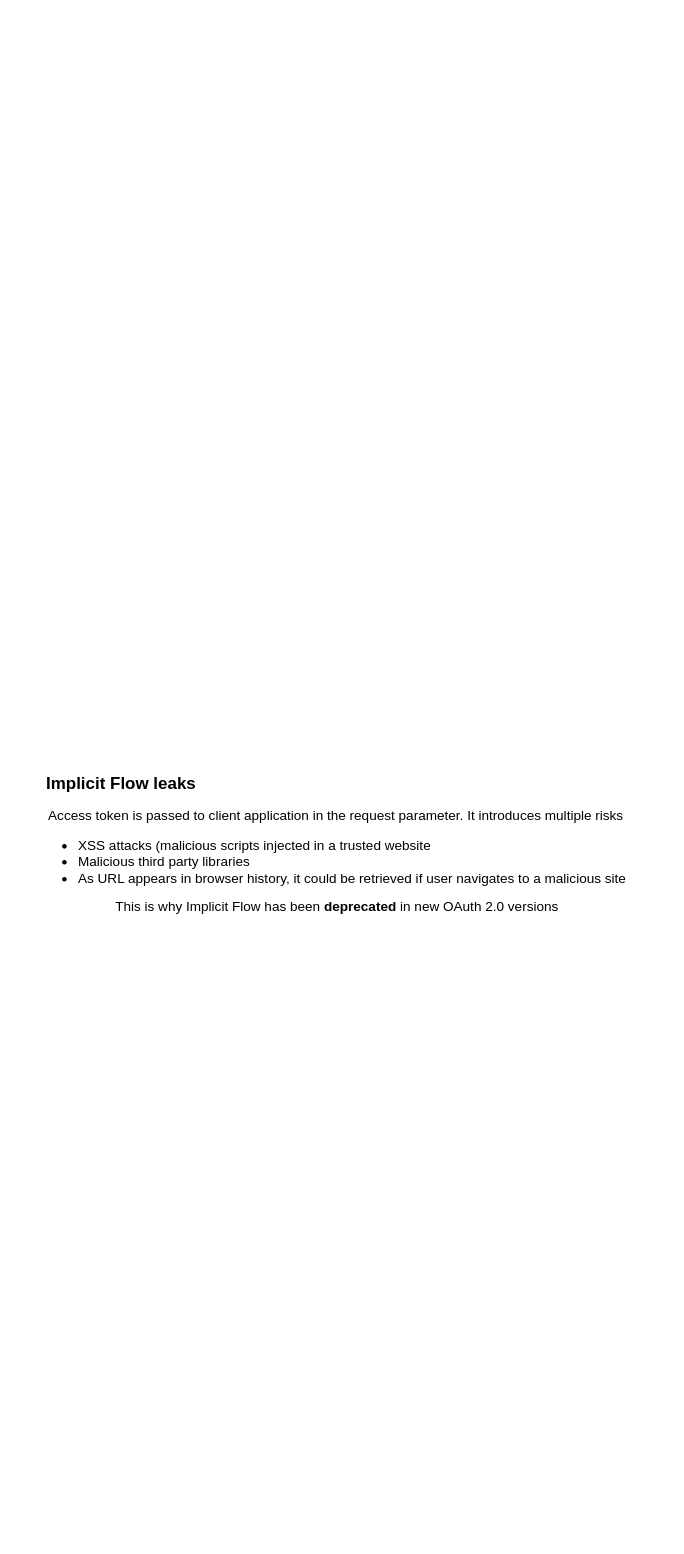
mcharouk/aws keeps this draw.io diagram as page "Module 12 : Access" (3 of 3) of DevelopingOnAWS/DevelopingOnAWS.drawio. Above is the earlier version. Source tidied: cells renumbered, new cells numbered last; positions are measured from the earlier drawing's top-left corner, leaving out a move shared by most shapes. Both pictures are drawn from the tidied source at 113%, with x=0, y=0 at pixel (19, 765).
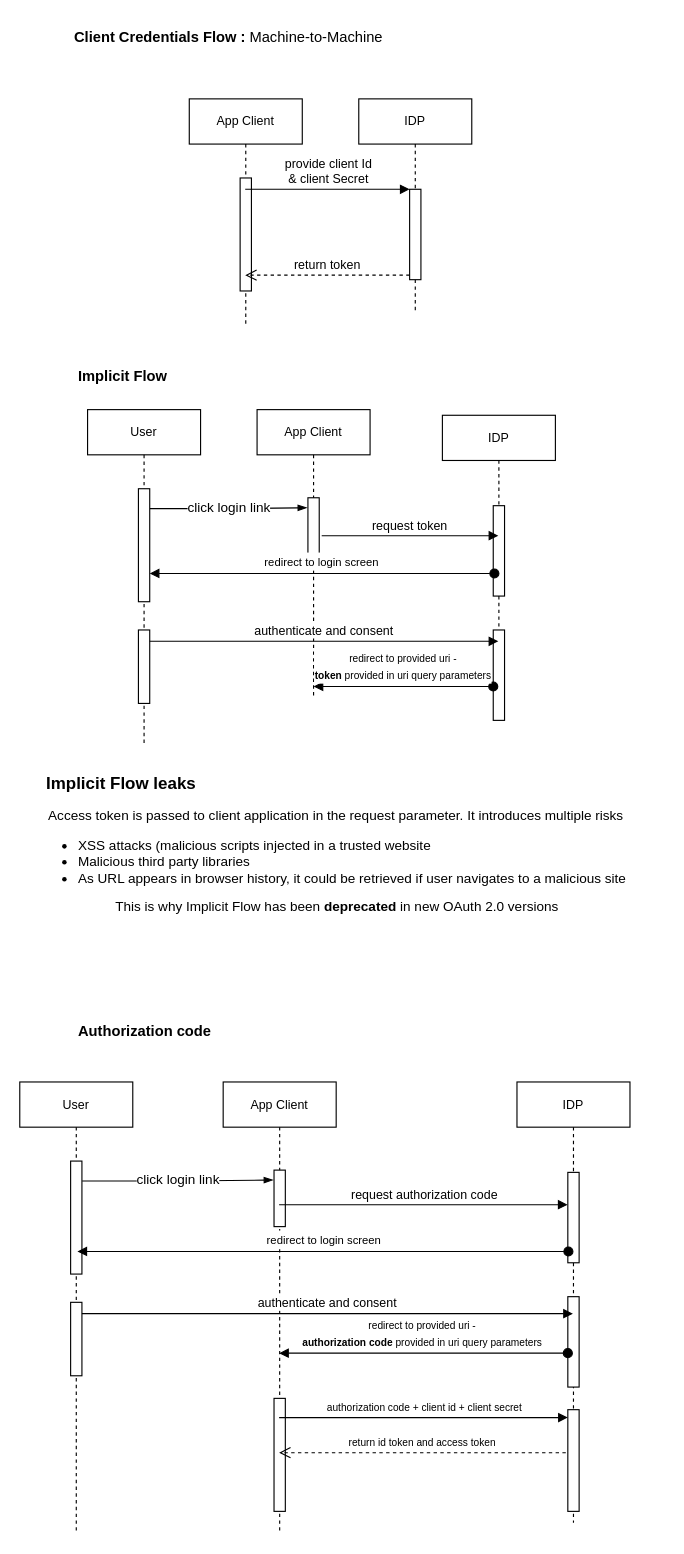
After the change.

Change to the diagram source:
```diff
@@
+    <mxCell id="6" value="App Client" style="shape=umlLifeline;perimeter=lifelinePerimeter;whiteSpace=wrap;html=1;outlineConnect=0;strokeColor=default;strokeWidth=1;fontSize=11;fontColor=#000000;" parent="1" vertex="1">
+      <mxGeometry x="150" y="-590" width="100" height="200" as="geometry" />
+    </mxCell>
+    <mxCell id="7" style="html=1;perimeter=orthogonalPerimeter;strokeColor=default;strokeWidth=1;fontSize=11;fontColor=#000000;" parent="6" vertex="1">
+      <mxGeometry x="45" y="70" width="10" height="100" as="geometry" />
+    </mxCell>
+    <mxCell id="8" value="IDP" style="shape=umlLifeline;perimeter=lifelinePerimeter;whiteSpace=wrap;html=1;strokeColor=default;strokeWidth=1;fontSize=11;fontColor=#000000;" parent="1" vertex="1">
+      <mxGeometry x="300" y="-590" width="100" height="190" as="geometry" />
+    </mxCell>
+    <mxCell id="9" style="html=1;points=[];perimeter=orthogonalPerimeter;strokeColor=default;strokeWidth=1;fontSize=11;fontColor=#000000;" parent="8" vertex="1">
+      <mxGeometry x="45" y="80" width="10" height="80" as="geometry" />
+    </mxCell>
+    <mxCell id="10" value="provide client Id &lt;br&gt;&amp;amp; client Secret" style="html=1;verticalAlign=bottom;endArrow=block;entryX=0;entryY=0;rounded=0;fontSize=11;fontColor=#000000;" parent="1" edge="1" source="6" target="9">
+      <mxGeometry relative="1" as="geometry" />
+    </mxCell>
+    <mxCell id="11" value="return token" style="html=1;verticalAlign=bottom;endArrow=open;dashed=1;endSize=8;exitX=0;exitY=0.95;rounded=0;fontSize=11;fontColor=#000000;" parent="1" edge="1" source="9" target="6">
+      <mxGeometry relative="1" as="geometry" />
+    </mxCell>
+    <mxCell id="12" value="Client Credentials Flow : &lt;span style=&quot;font-weight: normal;&quot;&gt;Machine-to-Machine&lt;/span&gt;" style="text;html=1;strokeColor=none;fillColor=none;align=center;verticalAlign=middle;whiteSpace=wrap;rounded=0;fontSize=13;fontColor=#000000;fontStyle=1;" parent="1" vertex="1">
+      <mxGeometry x="30" y="-660" width="310" height="30" as="geometry" />
+    </mxCell>
+    <mxCell id="13" value="&lt;div style=&quot;&quot;&gt;&lt;span style=&quot;background-color: initial;&quot;&gt;Implicit Flow&lt;/span&gt;&lt;/div&gt;" style="text;html=1;strokeColor=none;fillColor=none;align=left;verticalAlign=middle;whiteSpace=wrap;rounded=0;fontSize=13;fontColor=#000000;fontStyle=1;" parent="1" vertex="1">
+      <mxGeometry x="50" y="-360" width="100" height="30" as="geometry" />
+    </mxCell>
+    <mxCell id="14" value="App Client" style="shape=umlLifeline;perimeter=lifelinePerimeter;whiteSpace=wrap;html=1;strokeColor=default;strokeWidth=1;fontSize=11;fontColor=#000000;" parent="1" vertex="1">
+      <mxGeometry x="210" y="-315" width="100" height="255" as="geometry" />
+    </mxCell>
+    <mxCell id="15" style="html=1;points=[];perimeter=orthogonalPerimeter;strokeColor=default;strokeWidth=1;fontSize=11;fontColor=#000000;" parent="14" vertex="1">
+      <mxGeometry x="45" y="78" width="10" height="50" as="geometry" />
+    </mxCell>
+    <mxCell id="16" value="IDP" style="shape=umlLifeline;perimeter=lifelinePerimeter;whiteSpace=wrap;html=1;outlineConnect=0;strokeColor=default;strokeWidth=1;fontSize=11;fontColor=#000000;" parent="1" vertex="1">
+      <mxGeometry x="374" y="-310" width="100" height="270" as="geometry" />
+    </mxCell>
+    <mxCell id="17" style="html=1;perimeter=orthogonalPerimeter;strokeColor=default;strokeWidth=1;fontSize=11;fontColor=#000000;" parent="16" vertex="1">
+      <mxGeometry x="45" y="80" width="10" height="80" as="geometry" />
+    </mxCell>
+    <mxCell id="18" style="html=1;perimeter=orthogonalPerimeter;strokeColor=default;strokeWidth=1;fontSize=11;fontColor=#000000;" parent="16" vertex="1">
+      <mxGeometry x="45" y="190" width="10" height="80" as="geometry" />
+    </mxCell>
+    <mxCell id="19" value="&lt;font style=&quot;font-size: 9px;&quot;&gt;redirect to provided uri - &lt;br&gt;&lt;b&gt;token &lt;/b&gt;provided in uri query parameters&lt;/font&gt;" style="html=1;verticalAlign=bottom;startArrow=oval;startFill=1;endArrow=block;startSize=8;rounded=0;fontSize=13;fontColor=#000000;" parent="16" edge="1">
+      <mxGeometry relative="1" as="geometry">
+        <mxPoint x="45" y="240" as="sourcePoint" />
+        <mxPoint x="-114" y="240" as="targetPoint" />
+      </mxGeometry>
+    </mxCell>
+    <mxCell id="20" value="request token" style="html=1;verticalAlign=bottom;endArrow=block;rounded=0;fontSize=11;fontColor=#000000;exitX=1.22;exitY=0.256;exitDx=0;exitDy=0;exitPerimeter=0;" parent="1" edge="1">
+      <mxGeometry relative="1" as="geometry">
+        <mxPoint x="267.2" y="-203.4" as="sourcePoint" />
+        <mxPoint x="423.5" y="-203.4" as="targetPoint" />
+      </mxGeometry>
+    </mxCell>
+    <mxCell id="21" value="User" style="shape=umlLifeline;perimeter=lifelinePerimeter;whiteSpace=wrap;html=1;strokeColor=default;strokeWidth=1;fontSize=11;fontColor=#000000;" parent="1" vertex="1">
+      <mxGeometry x="60" y="-315" width="100" height="295" as="geometry" />
+    </mxCell>
+    <mxCell id="22" style="html=1;points=[];perimeter=orthogonalPerimeter;strokeColor=default;strokeWidth=1;fontSize=11;fontColor=#000000;" parent="21" vertex="1">
+      <mxGeometry x="45" y="70" width="10" height="100" as="geometry" />
+    </mxCell>
+    <mxCell id="23" style="html=1;perimeter=orthogonalPerimeter;strokeColor=default;strokeWidth=1;fontSize=11;fontColor=#000000;" parent="21" vertex="1">
+      <mxGeometry x="45" y="195" width="10" height="65" as="geometry" />
+    </mxCell>
+    <mxCell id="24" value="authenticate and consent" style="html=1;verticalAlign=bottom;endArrow=block;rounded=0;fontSize=11;fontColor=#000000;exitX=1.22;exitY=0.256;exitDx=0;exitDy=0;exitPerimeter=0;" parent="21" edge="1" target="16">
+      <mxGeometry relative="1" as="geometry">
+        <mxPoint x="55" y="205" as="sourcePoint" />
+      </mxGeometry>
+    </mxCell>
+    <mxCell id="25" value="click login link" style="edgeStyle=elbowEdgeStyle;fontSize=12;html=1;endArrow=blockThin;endFill=1;rounded=0;fontColor=#000000;exitX=1.02;exitY=0.176;exitDx=0;exitDy=0;exitPerimeter=0;entryX=-0.06;entryY=0.176;entryDx=0;entryDy=0;entryPerimeter=0;" parent="1" edge="1" source="22" target="15">
+      <mxGeometry relative="1" as="geometry" />
+    </mxCell>
+    <mxCell id="26" value="&lt;font size=&quot;1&quot;&gt;redirect to login screen&lt;/font&gt;" style="html=1;verticalAlign=bottom;startArrow=oval;startFill=1;endArrow=block;startSize=8;rounded=0;fontSize=13;fontColor=#000000;" parent="1" edge="1" target="22">
+      <mxGeometry relative="1" as="geometry">
+        <mxPoint x="420" y="-170" as="sourcePoint" />
+      </mxGeometry>
+    </mxCell>
+    <mxCell id="27" value="&lt;div style=&quot;&quot;&gt;&lt;span style=&quot;background-color: initial;&quot;&gt;Authorization code&lt;/span&gt;&lt;/div&gt;" style="text;html=1;strokeColor=none;fillColor=none;align=left;verticalAlign=middle;whiteSpace=wrap;rounded=0;fontSize=13;fontColor=#000000;fontStyle=1;" parent="1" vertex="1">
+      <mxGeometry x="50" y="220" width="138" height="30" as="geometry" />
+    </mxCell>
+    <mxCell id="28" value="App Client" style="shape=umlLifeline;perimeter=lifelinePerimeter;whiteSpace=wrap;html=1;outlineConnect=0;strokeColor=default;strokeWidth=1;fontSize=11;fontColor=#000000;" parent="1" vertex="1">
+      <mxGeometry x="180" y="280" width="100" height="400" as="geometry" />
+    </mxCell>
+    <mxCell id="29" style="html=1;points=[];perimeter=orthogonalPerimeter;strokeColor=default;strokeWidth=1;fontSize=11;fontColor=#000000;" parent="28" vertex="1">
+      <mxGeometry x="45" y="78" width="10" height="50" as="geometry" />
+    </mxCell>
+    <mxCell id="30" style="html=1;perimeter=orthogonalPerimeter;strokeColor=default;strokeWidth=1;fontSize=11;fontColor=#000000;" parent="28" vertex="1">
+      <mxGeometry x="45" y="280" width="10" height="100" as="geometry" />
+    </mxCell>
+    <mxCell id="31" value="IDP" style="shape=umlLifeline;perimeter=lifelinePerimeter;whiteSpace=wrap;html=1;outlineConnect=0;strokeColor=default;strokeWidth=1;fontSize=11;fontColor=#000000;" parent="1" vertex="1">
+      <mxGeometry x="440" y="280" width="100" height="390" as="geometry" />
+    </mxCell>
+    <mxCell id="32" style="html=1;points=[];perimeter=orthogonalPerimeter;strokeColor=default;strokeWidth=1;fontSize=11;fontColor=#000000;" parent="31" vertex="1">
+      <mxGeometry x="45" y="80" width="10" height="80" as="geometry" />
+    </mxCell>
+    <mxCell id="33" style="html=1;perimeter=orthogonalPerimeter;strokeColor=default;strokeWidth=1;fontSize=11;fontColor=#000000;" parent="31" vertex="1">
+      <mxGeometry x="45" y="190" width="10" height="80" as="geometry" />
+    </mxCell>
+    <mxCell id="34" value="&lt;font style=&quot;font-size: 9px;&quot;&gt;redirect to provided uri - &lt;br&gt;&lt;b&gt;authorization code&lt;/b&gt; provided in uri query parameters&lt;/font&gt;" style="html=1;verticalAlign=bottom;startArrow=oval;startFill=1;endArrow=block;startSize=8;rounded=0;fontSize=13;fontColor=#000000;" parent="31" edge="1" target="28">
+      <mxGeometry x="0.01" relative="1" as="geometry">
+        <mxPoint x="45" y="240" as="sourcePoint" />
+      </mxGeometry>
+    </mxCell>
+    <mxCell id="35" style="html=1;points=[];perimeter=orthogonalPerimeter;strokeColor=default;strokeWidth=1;fontSize=9;fontColor=#000000;" parent="31" vertex="1">
+      <mxGeometry x="45" y="290" width="10" height="90" as="geometry" />
+    </mxCell>
+    <mxCell id="36" value="request authorization code" style="html=1;verticalAlign=bottom;endArrow=block;rounded=0;fontSize=11;fontColor=#000000;entryX=-0.02;entryY=0.358;entryDx=0;entryDy=0;entryPerimeter=0;" parent="1" edge="1" source="28" target="32">
+      <mxGeometry relative="1" as="geometry" />
+    </mxCell>
+    <mxCell id="37" value="User" style="shape=umlLifeline;perimeter=lifelinePerimeter;whiteSpace=wrap;html=1;strokeColor=default;strokeWidth=1;fontSize=11;fontColor=#000000;" parent="1" vertex="1">
+      <mxGeometry y="280" width="100" height="400" as="geometry" />
+    </mxCell>
+    <mxCell id="38" style="html=1;points=[];perimeter=orthogonalPerimeter;strokeColor=default;strokeWidth=1;fontSize=11;fontColor=#000000;" parent="37" vertex="1">
+      <mxGeometry x="45" y="70" width="10" height="100" as="geometry" />
+    </mxCell>
+    <mxCell id="39" style="html=1;perimeter=orthogonalPerimeter;strokeColor=default;strokeWidth=1;fontSize=11;fontColor=#000000;" parent="37" vertex="1">
+      <mxGeometry x="45" y="195" width="10" height="65" as="geometry" />
+    </mxCell>
+    <mxCell id="40" value="authenticate and consent" style="html=1;verticalAlign=bottom;endArrow=block;rounded=0;fontSize=11;fontColor=#000000;exitX=1.22;exitY=0.256;exitDx=0;exitDy=0;exitPerimeter=0;" parent="37" edge="1" target="31">
+      <mxGeometry relative="1" as="geometry">
+        <mxPoint x="55" y="205" as="sourcePoint" />
+      </mxGeometry>
+    </mxCell>
+    <mxCell id="41" value="click login link" style="edgeStyle=elbowEdgeStyle;fontSize=12;html=1;endArrow=blockThin;endFill=1;rounded=0;fontColor=#000000;exitX=1.02;exitY=0.176;exitDx=0;exitDy=0;exitPerimeter=0;entryX=-0.06;entryY=0.176;entryDx=0;entryDy=0;entryPerimeter=0;" parent="1" edge="1" source="38" target="29">
+      <mxGeometry relative="1" as="geometry" />
+    </mxCell>
+    <mxCell id="42" value="&lt;font size=&quot;1&quot;&gt;redirect to login screen&lt;/font&gt;" style="html=1;verticalAlign=bottom;startArrow=oval;startFill=1;endArrow=block;startSize=8;rounded=0;fontSize=13;fontColor=#000000;" parent="1" edge="1">
+      <mxGeometry relative="1" as="geometry">
+        <mxPoint x="485.5" y="430" as="sourcePoint" />
+        <mxPoint x="51" y="430" as="targetPoint" />
+      </mxGeometry>
+    </mxCell>
+    <mxCell id="43" value="return id token and access token" style="html=1;verticalAlign=bottom;endArrow=open;dashed=1;endSize=8;exitX=-0.18;exitY=0.423;rounded=0;fontSize=9;fontColor=#000000;exitDx=0;exitDy=0;exitPerimeter=0;" parent="1" edge="1" source="35" target="28">
+      <mxGeometry relative="1" as="geometry" />
+    </mxCell>
+    <mxCell id="44" value="authorization code + client id + client secret" style="html=1;verticalAlign=bottom;endArrow=block;entryX=0;entryY=0;rounded=0;fontSize=9;fontColor=#000000;" parent="1" edge="1">
+      <mxGeometry relative="1" as="geometry">
+        <mxPoint x="229.5" y="577" as="sourcePoint" />
+        <mxPoint x="485" y="577" as="targetPoint" />
+      </mxGeometry>
+    </mxCell>
```
